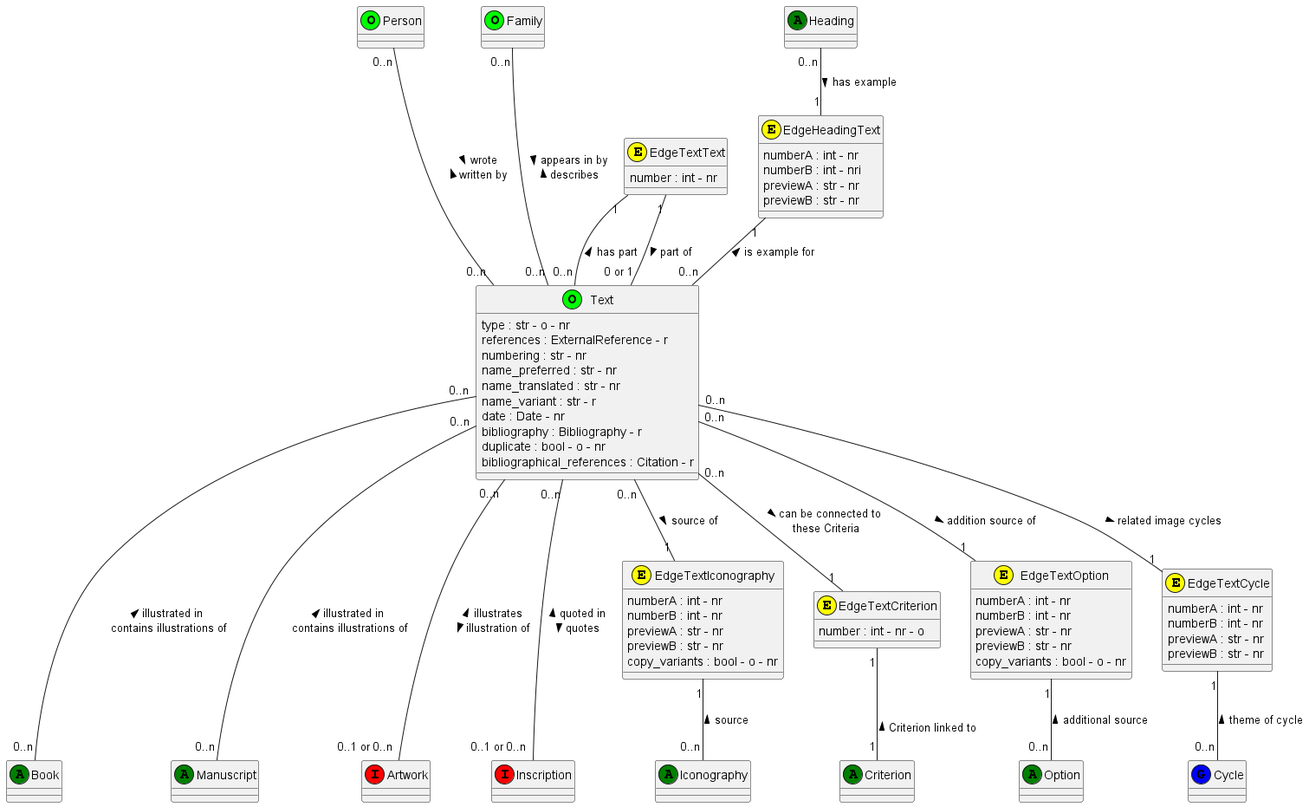
The PlantUML diagram documentation/class_diagrams/Text.png in tmasch/bpf_be, before a commit.
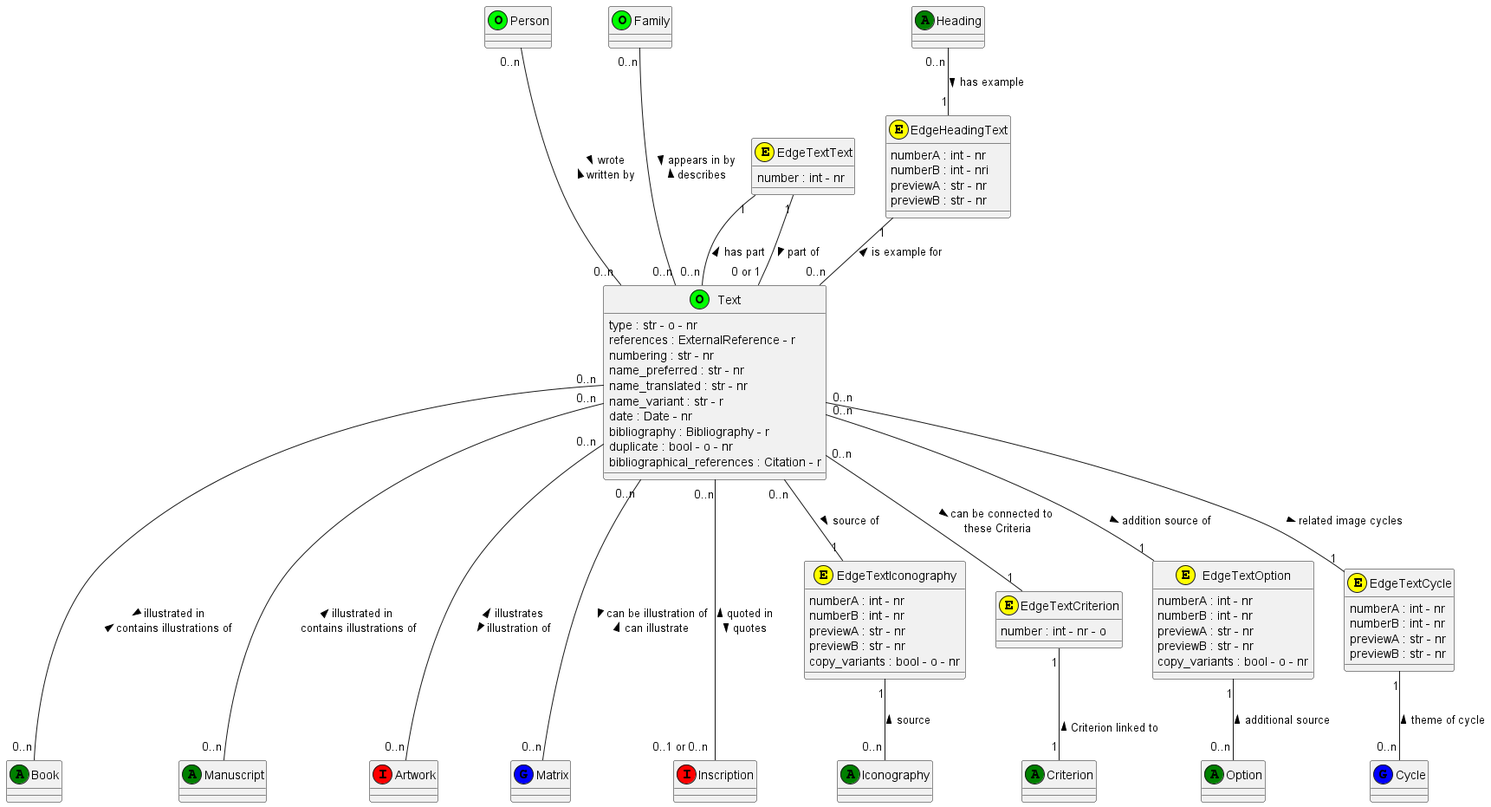
Later version of the same file.

Change to the diagram source:
```diff
@@ -28,6 +28,8 @@
 class Heading <<(A,green)>>
 
 class Artwork <<(I,red)>>
+
+class Matrix <<(G,blue)>>
 
 class Inscription <<(I,red)>>
 
@@ -94,9 +96,11 @@
 
 Text "0..n" --- "0..n" Manuscript: < illustrated in \n contains illustrations of
 
-Text "0..n" --- "0..n" Book: < illustrated in \n contains illustrations of
+Text "0..n" --- "0..n" Book: > illustrated in \n contains illustrations of <
 
-Text "0..n" --- "0..1 or 0..n" Artwork : < illustrates \n illustration of >
+Text "0..n" --- "0..n" Artwork : < illustrates \n illustration of >
+
+Text "0..n" --- "0..n" Matrix : > can be illustration of \n can illustrate <
 
 Text "0..n" --- "0..1 or 0..n" Inscription : < quoted in \n quotes >
 
```
